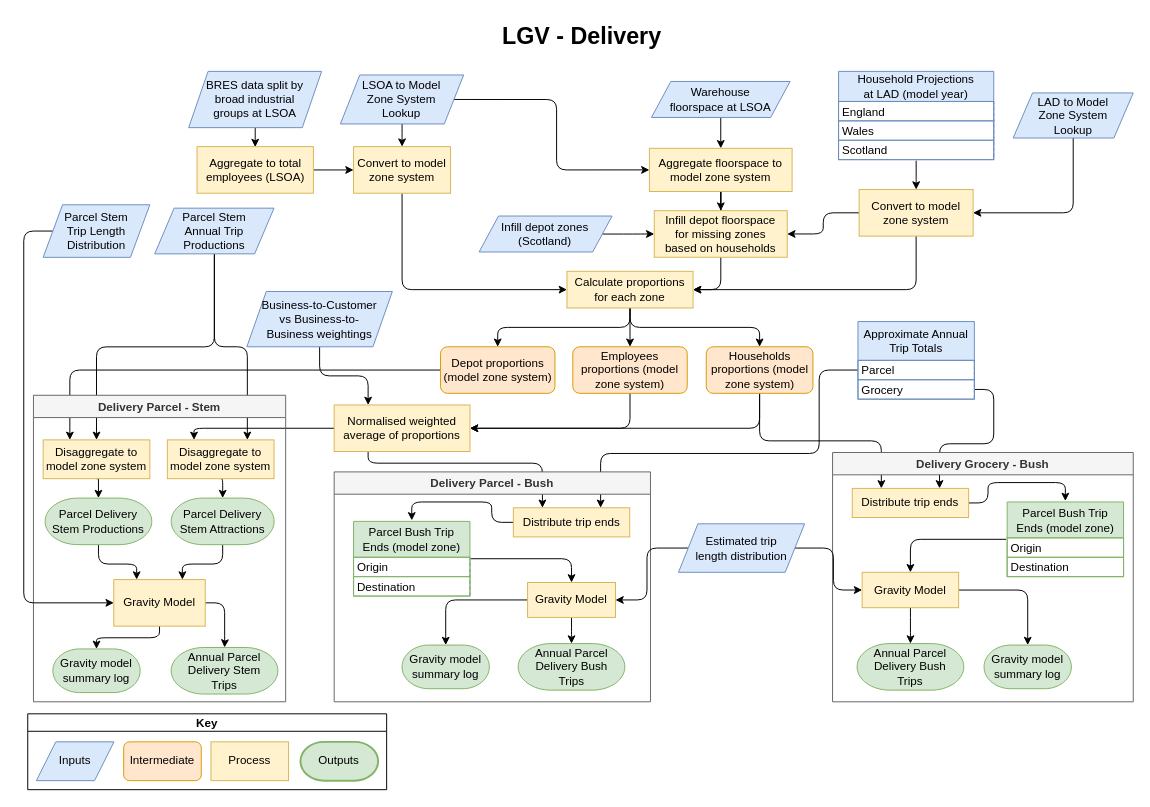
The draw.io diagram page "Delivery" (4 of 6) of docs/LGV_methodology.drawio in Transport-for-the-North/caf.van, before the edit. Source tidied: cells renumbered, new cells numbered last; positions are measured from the earlier drawing's top-left corner, leaving out a move shared by most shapes. Both pictures are drawn from the tidied source at 97%, with x=0, y=0 at pixel (23, 16).
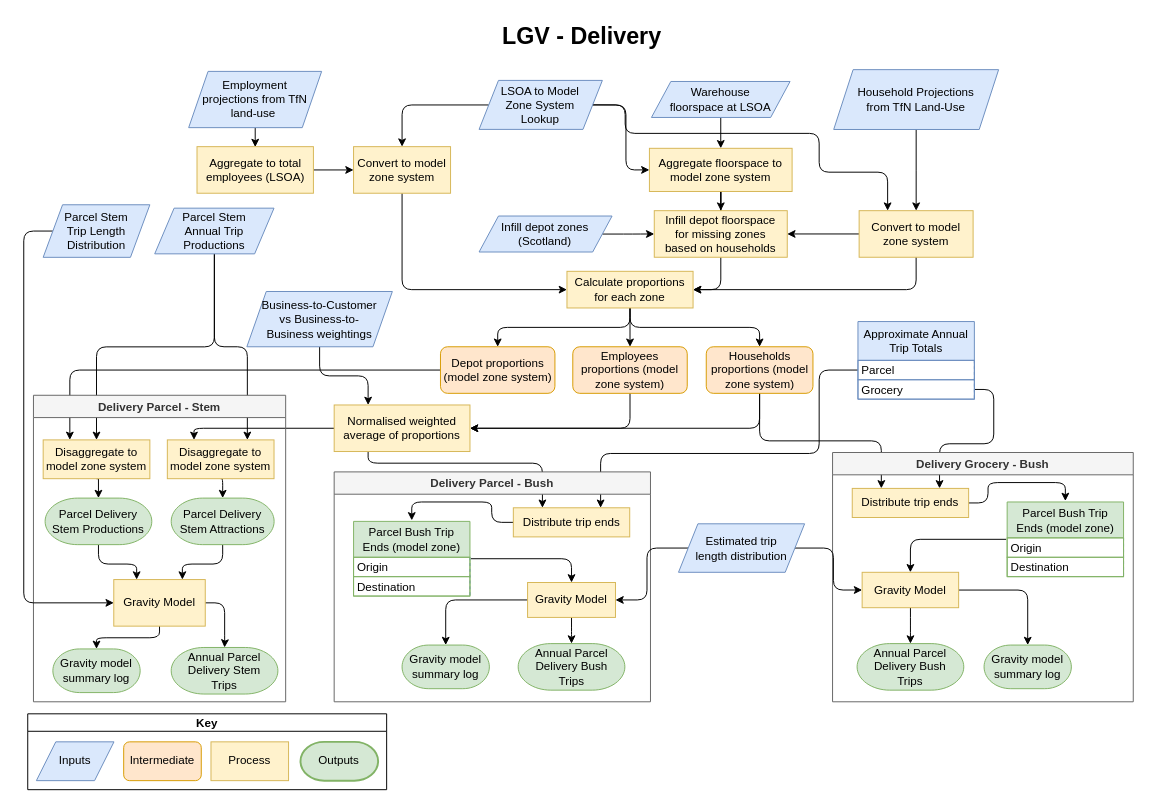
After the change.

The edit, as a diff of the source:
```diff
@@
-    <mxCell id="4" value="BRES data split by broad industrial groups at LSOA" style="shape=parallelogram;perimeter=parallelogramPerimeter;whiteSpace=wrap;fixedSize=1;rounded=0;shadow=0;glass=0;labelBackgroundColor=none;comic=0;sketch=0;strokeColor=#6c8ebf;strokeWidth=1;fillColor=#dae8fc;fontSize=12;spacingRight=10;spacingLeft=10;html=1;" parent="1" vertex="1">
+    <mxCell id="4" value="Employment projections from TfN land-use&amp;nbsp;" style="shape=parallelogram;perimeter=parallelogramPerimeter;whiteSpace=wrap;fixedSize=1;rounded=0;shadow=0;glass=0;labelBackgroundColor=none;comic=0;sketch=0;strokeColor=#6c8ebf;strokeWidth=1;fillColor=#dae8fc;fontSize=12;spacingRight=10;spacingLeft=10;html=1;" parent="1" vertex="1">
       <mxGeometry x="170" y="56.1" width="137.1" height="58" as="geometry" />
     </mxCell>
@@
-    <mxCell id="9" style="edgeStyle=orthogonalEdgeStyle;rounded=1;jettySize=auto;html=1;" parent="1" edge="1" source="57" target="12">
-      <mxGeometry relative="1" as="geometry" />
-    </mxCell>
@@
     <mxCell id="12" value="Convert to model zone system" style="rounded=0;whiteSpace=wrap;html=1;shadow=0;glass=0;labelBackgroundColor=none;comic=0;sketch=0;strokeColor=#d6b656;strokeWidth=1;fillColor=#fff2cc;fontSize=12;" parent="1" vertex="1">
-      <mxGeometry x="861.2" y="177.9" width="117.5" height="48" as="geometry" />
+      <mxGeometry x="861.2" y="199.7" width="117.5" height="48" as="geometry" />
     </mxCell>
-    <mxCell id="13" style="edgeStyle=orthogonalEdgeStyle;rounded=1;jettySize=auto;html=1;entryX=1;entryY=0.5;entryDx=0;entryDy=0;exitX=0.5;exitY=1;exitDx=0;exitDy=0;" parent="1" edge="1" source="14" target="12">
-      <mxGeometry relative="1" as="geometry" />
-    </mxCell>
-    <mxCell id="14" value="LAD to Model Zone System Lookup" style="shape=parallelogram;perimeter=parallelogramPerimeter;whiteSpace=wrap;html=1;fixedSize=1;rounded=0;shadow=0;glass=0;labelBackgroundColor=none;comic=0;sketch=0;strokeColor=#6c8ebf;strokeWidth=1;fillColor=#dae8fc;fontSize=12;spacingRight=10;spacingLeft=10;" parent="1" vertex="1">
-      <mxGeometry x="1020" y="78.3" width="123.8" height="46.5" as="geometry" />
-    </mxCell>
@@
+    <mxCell id="102" style="edgeStyle=orthogonalEdgeStyle;rounded=1;jettySize=auto;html=1;entryX=0.25;entryY=0;entryDx=0;entryDy=0;exitX=1;exitY=0.5;exitDx=0;exitDy=0;curved=0;" parent="1" edge="1" source="17" target="12">
+      <mxGeometry relative="1" as="geometry">
+        <Array as="points">
+          <mxPoint x="620" y="91" />
+          <mxPoint x="620" y="120" />
+          <mxPoint x="820" y="120" />
+          <mxPoint x="820" y="160" />
+          <mxPoint x="891" y="160" />
+        </Array>
+      </mxGeometry>
+    </mxCell>
     <mxCell id="17" value="LSOA to Model Zone System Lookup" style="shape=parallelogram;perimeter=parallelogramPerimeter;whiteSpace=wrap;html=1;fixedSize=1;rounded=0;shadow=0;glass=0;labelBackgroundColor=none;comic=0;sketch=0;strokeColor=#6c8ebf;strokeWidth=1;fillColor=#dae8fc;fontSize=12;spacingRight=10;spacingLeft=10;" parent="1" vertex="1">
-      <mxGeometry x="326.4" y="59.8" width="127.1" height="50.5" as="geometry" />
+      <mxGeometry x="469.4" y="65.4" width="127.1" height="50.5" as="geometry" />
     </mxCell>
@@
-    <mxCell id="57" value="Household Projections at LAD (model year)" style="swimlane;fontStyle=0;horizontal=1;startSize=31;fillColor=#dae8fc;rounded=0;separatorColor=#6C8EBF;swimlaneFillColor=none;perimeterSpacing=1;swimlaneLine=1;arcSize=13;strokeColor=#6C8EBF;whiteSpace=wrap;spacingRight=15;spacingLeft=15;" parent="1" vertex="1">
-      <mxGeometry x="840" y="56.1" width="160" height="91" as="geometry" />
-    </mxCell>
-    <mxCell id="58" value="England" style="text;fillColor=none;align=left;verticalAlign=middle;spacingLeft=4;spacingRight=4;overflow=hidden;rounded=0;strokeColor=#6C8EBF;spacing=0;" parent="57" vertex="1">
-      <mxGeometry y="31" width="160" height="20" as="geometry" />
-    </mxCell>
-    <mxCell id="59" value="Wales" style="text;fillColor=none;align=left;verticalAlign=middle;spacingLeft=4;spacingRight=4;overflow=hidden;rounded=0;strokeColor=#6C8EBF;spacing=0;" parent="57" vertex="1">
-      <mxGeometry y="51" width="160" height="20" as="geometry" />
-    </mxCell>
-    <mxCell id="60" value="Scotland" style="text;fillColor=none;align=left;verticalAlign=middle;spacingLeft=4;spacingRight=4;overflow=hidden;rounded=0;strokeColor=#6C8EBF;spacing=0;" parent="57" vertex="1">
-      <mxGeometry y="71" width="160" height="20" as="geometry" />
-    </mxCell>
@@
+    <mxCell id="103" style="edgeStyle=orthogonalEdgeStyle;rounded=0;jettySize=auto;html=1;" parent="1" edge="1" source="104" target="12">
+      <mxGeometry relative="1" as="geometry" />
+    </mxCell>
+    <mxCell id="104" value="Household Projections from TfN Land-Use" style="shape=parallelogram;perimeter=parallelogramPerimeter;whiteSpace=wrap;html=1;fixedSize=1;rounded=0;shadow=0;glass=0;labelBackgroundColor=none;comic=0;sketch=0;strokeColor=#6c8ebf;strokeWidth=1;fillColor=#dae8fc;fontSize=12;spacingRight=15;spacingLeft=15;" parent="1" vertex="1">
+      <mxGeometry x="835" y="54.3" width="170" height="61.7" as="geometry" />
+    </mxCell>
```
